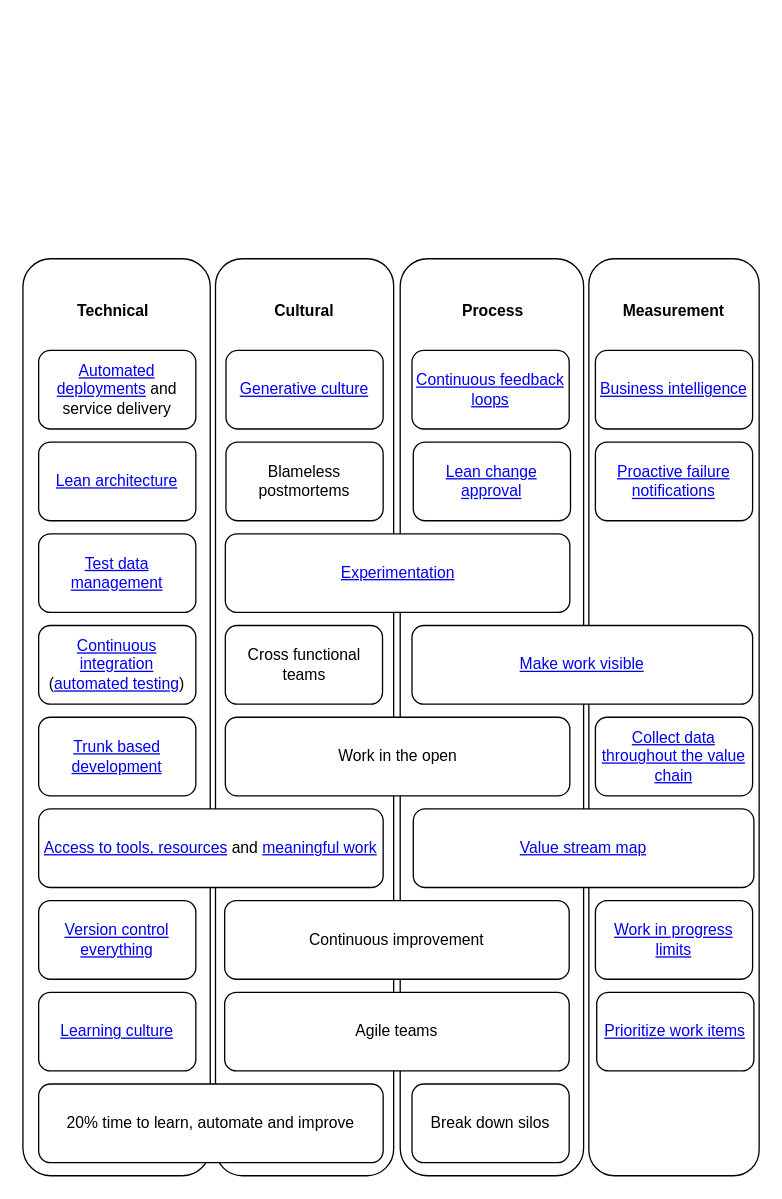
sara-sabr/ITStrategy keeps this draw.io diagram as drawio/en/StrategySummary.drawio. Above is the earlier version. Source tidied: cells renumbered, new cells numbered last; positions are measured from the earlier drawing's top-left corner, leaving out a move shared by most shapes. Both pictures are drawn from the tidied source at 131%, with x=0, y=0 at pixel (22, 258).
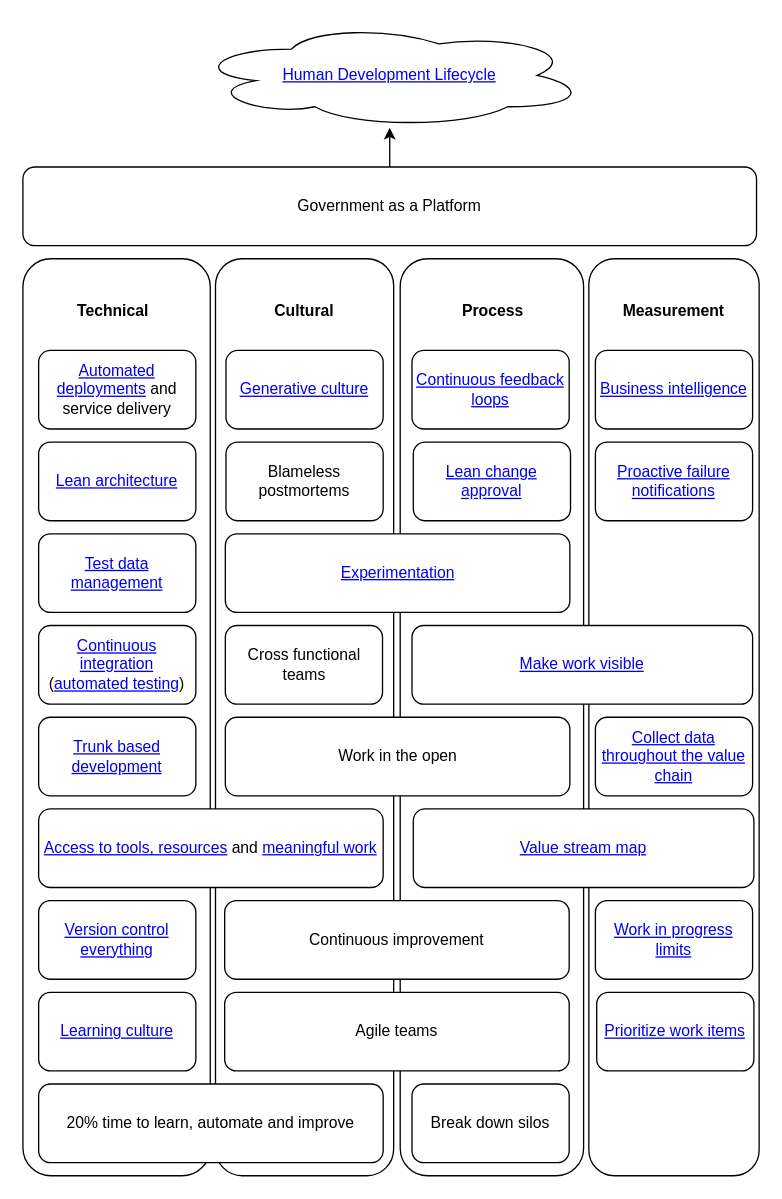
Above is the later version.

Commit message (it also covers changes not shown here):
added HDLC link to the diagram

The edit, as a diff of the source:
```diff
@@
+    <mxCell id="36" style="edgeStyle=orthogonalEdgeStyle;rounded=0;jettySize=auto;html=1;" parent="1" edge="1" source="37" target="38">
+      <mxGeometry relative="1" as="geometry" />
+    </mxCell>
+    <mxCell id="37" value="Government as a Platform" style="rounded=1;whiteSpace=wrap;html=1;" parent="1" vertex="1">
+      <mxGeometry y="-70" width="560" height="60" as="geometry" />
+    </mxCell>
+    <mxCell id="38" value="&lt;a href=&quot;https://sara-sabr.github.io/ITStrategy/human-development-life-cycle.html&quot;&gt;Human Development Lifecycle&lt;/a&gt;" style="ellipse;shape=cloud;whiteSpace=wrap;html=1;" parent="1" vertex="1">
+      <mxGeometry x="130" y="-180" width="300" height="80" as="geometry" />
+    </mxCell>
```
